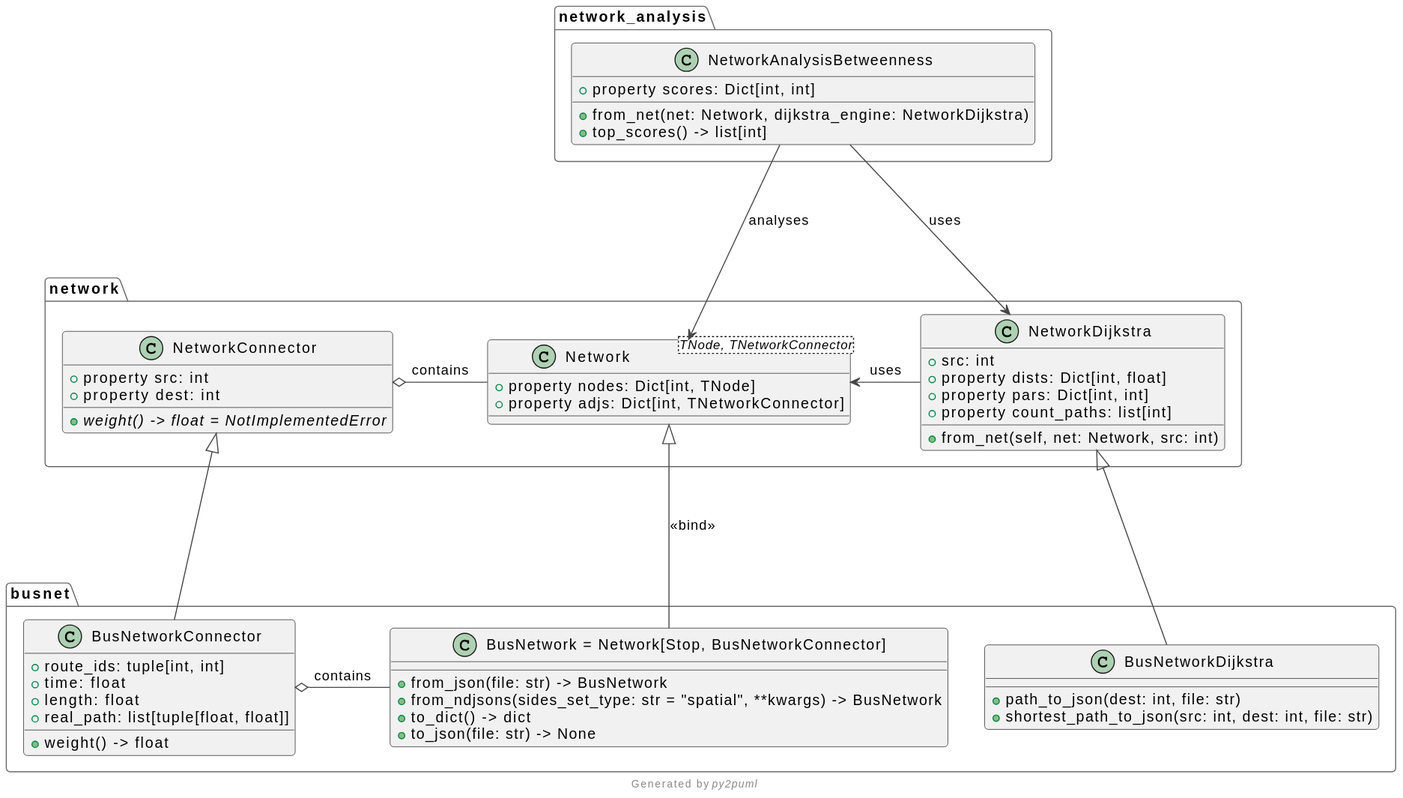
Above: .umls/network.svg in SamNguyen2k5/CS162.BusNetworkAnalysis (PlantUML), before the change.
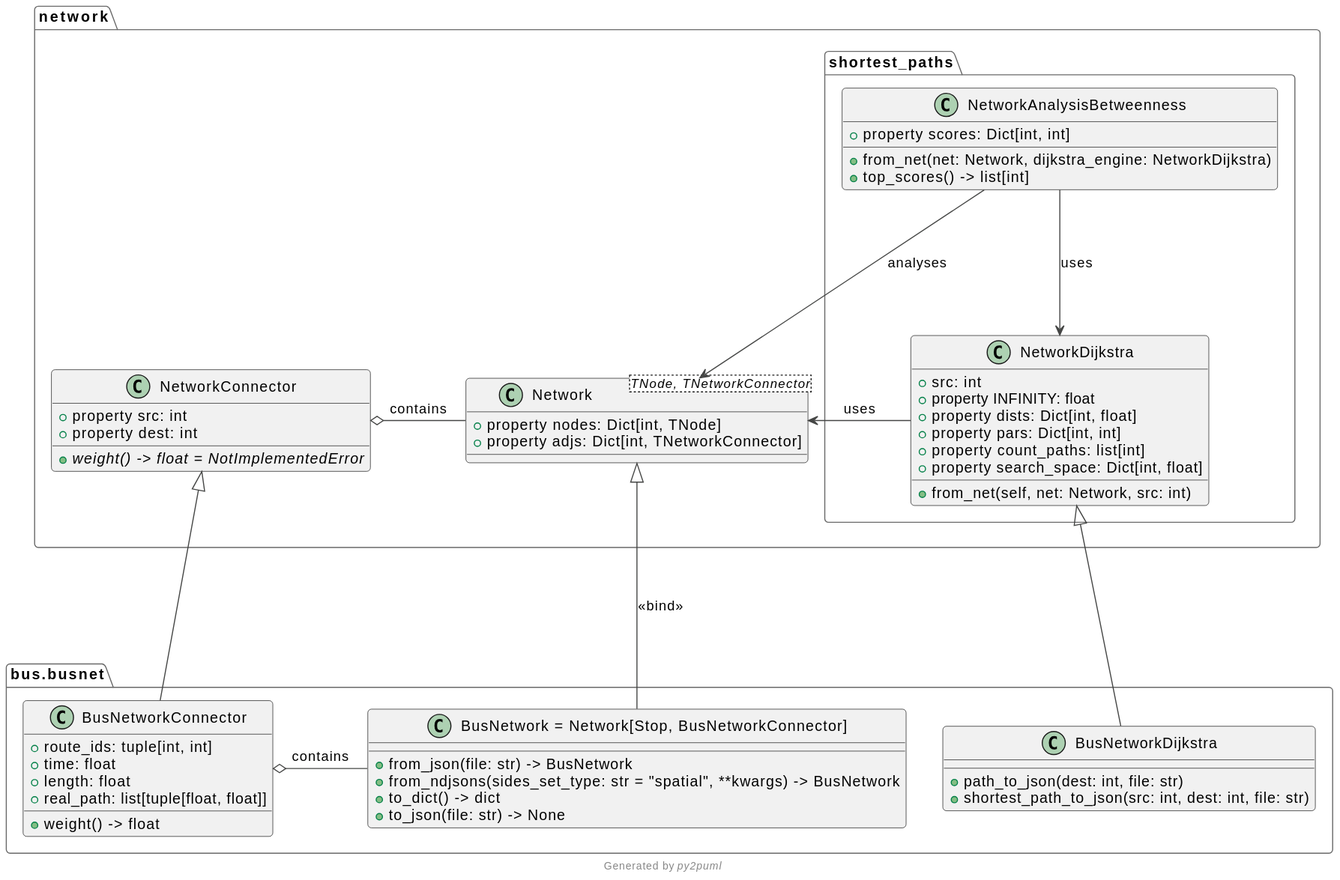
The same diagram one commit later.

Diff of the diagram source:
```diff
@@ -14,21 +14,23 @@
   +property adjs: Dict[int, TNetworkConnector]
 }
 
-class network.NetworkDijkstra {
+class network.shortest_paths.NetworkDijkstra {
   +src: int
+  +property INFINITY: float
   +property dists: Dict[int, float]
   +property pars: Dict[int, int]
   +property count_paths: list[int]
+  +property search_space: Dict[int, float]
   +from_net(self, net: Network, src: int)
 }
 
-class network_analysis.NetworkAnalysisBetweenness {
+class network.shortest_paths.NetworkAnalysisBetweenness {
   +property scores: Dict[int, int]
   +from_net(net: Network, dijkstra_engine: NetworkDijkstra)
   +top_scores() -> list[int]
 }
 
-class busnet.BusNetworkConnector {
+class bus.busnet.BusNetworkConnector {
   +route_ids: tuple[int, int]
   +time: float
   +length: float
@@ -36,14 +38,14 @@
   +weight() -> float
 }
 
-class busnet.BusNetwork as "BusNetwork = Network[Stop, BusNetworkConnector]" {
+class bus.busnet.BusNetwork as "BusNetwork = Network[Stop, BusNetworkConnector]" {
   +from_json(file: str) -> BusNetwork
   +from_ndjsons(sides_set_type: str = "spatial", **kwargs) -> BusNetwork
   +to_dict() -> dict
   +to_json(file: str) -> None
 }
 
-class busnet.BusNetworkDijkstra {
+class bus.busnet.BusNetworkDijkstra {
   +path_to_json(dest: int, file: str)
   +shortest_path_to_json(src: int, dest: int, file: str)
 }
```
